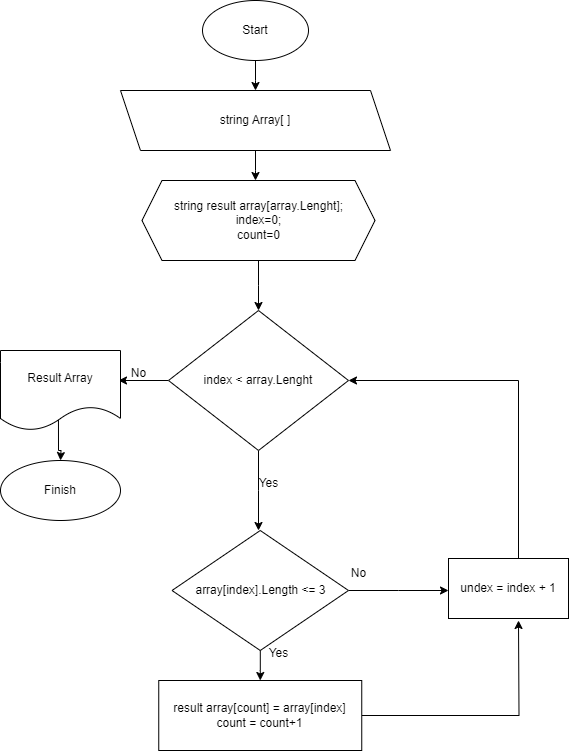
Above: Блок-схема.png in SvetlanaDrozhzhina/-Final-control-work---the-main-block (draw.io), before the change. Source tidied: cells renumbered, new cells last; positions are measured from the earlier drawing's top-left corner, leaving out a move shared by most shapes.
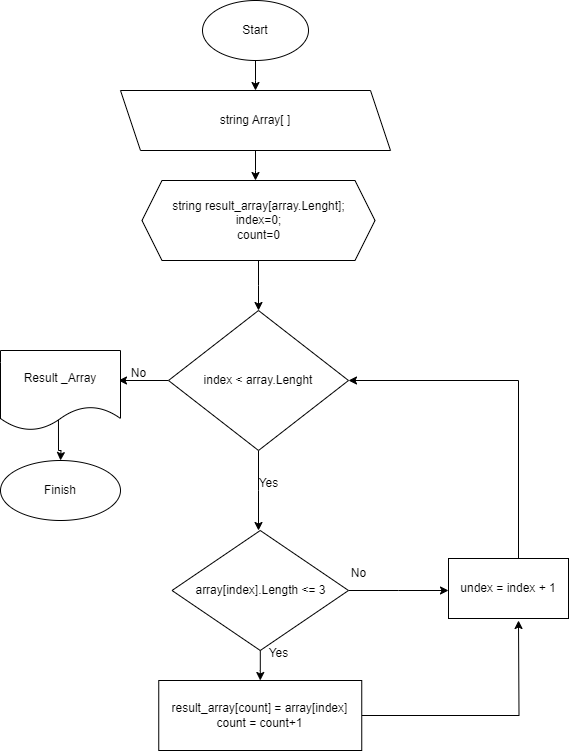
After the commit.

Commit message:
Обновлена блок-схема

Diff of the diagram source:
```diff
@@ -23,7 +23,7 @@
         <mxPoint x="258" y="310" as="targetPoint" />
       </mxGeometry>
     </mxCell>
-    <mxCell id="7" value="string result array[array.Lenght];&lt;br&gt;index=0;&lt;br&gt;count=0" style="shape=hexagon;perimeter=hexagonPerimeter2;whiteSpace=wrap;html=1;fixedSize=1;" parent="1" vertex="1">
+    <mxCell id="7" value="string result_array[array.Lenght];&lt;br&gt;index=0;&lt;br&gt;count=0" style="shape=hexagon;perimeter=hexagonPerimeter2;whiteSpace=wrap;html=1;fixedSize=1;" parent="1" vertex="1">
       <mxGeometry x="141.5" y="180" width="233" height="80" as="geometry" />
     </mxCell>
     <mxCell id="8" style="edgeStyle=orthogonalEdgeStyle;rounded=0;jettySize=auto;html=1;" parent="1" edge="1" source="10">
@@ -63,7 +63,7 @@
         <mxPoint x="60" y="460" as="targetPoint" />
       </mxGeometry>
     </mxCell>
-    <mxCell id="17" value="Result Array" style="shape=document;whiteSpace=wrap;html=1;boundedLbl=1;" parent="1" vertex="1">
+    <mxCell id="17" value="Result _Array" style="shape=document;whiteSpace=wrap;html=1;boundedLbl=1;" parent="1" vertex="1">
       <mxGeometry y="350" width="120" height="80" as="geometry" />
     </mxCell>
     <mxCell id="18" value="Finish" style="ellipse;whiteSpace=wrap;html=1;" parent="1" vertex="1">
@@ -80,7 +80,7 @@
         <mxPoint x="518" y="620" as="targetPoint" />
       </mxGeometry>
     </mxCell>
-    <mxCell id="22" value="result array[count] = array[index]&lt;br&gt;count = count+1" style="rounded=0;whiteSpace=wrap;html=1;" parent="1" vertex="1">
+    <mxCell id="22" value="result_array[count] = array[index]&lt;br&gt;count = count+1" style="rounded=0;whiteSpace=wrap;html=1;" parent="1" vertex="1">
       <mxGeometry x="158.2" y="680" width="203" height="70" as="geometry" />
     </mxCell>
     <mxCell id="23" style="edgeStyle=orthogonalEdgeStyle;rounded=0;jettySize=auto;html=1;entryX=1;entryY=0.5;entryDx=0;entryDy=0;" parent="1" edge="1" source="24" target="10">
```
